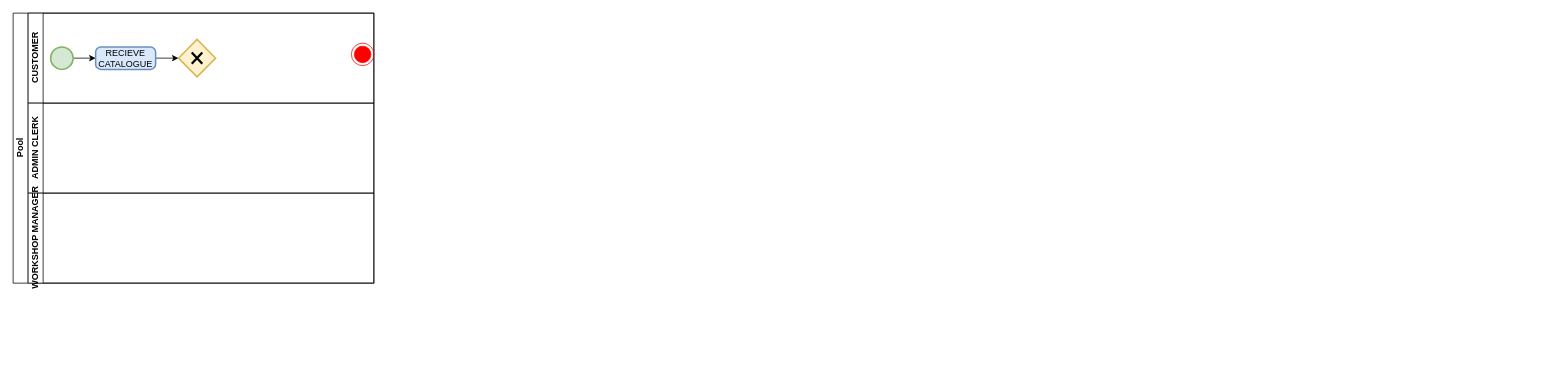
Earlier version of the draw.io diagram Диаграмма без названия.drawio (MarsX-2002/bpmn). Source tidied: cells renumbered, new cells numbered last; positions are measured from the earlier drawing's top-left corner, leaving out a move shared by most shapes. Both pictures are drawn from the tidied source at 75%, with x=0, y=0 at pixel (13, 13).
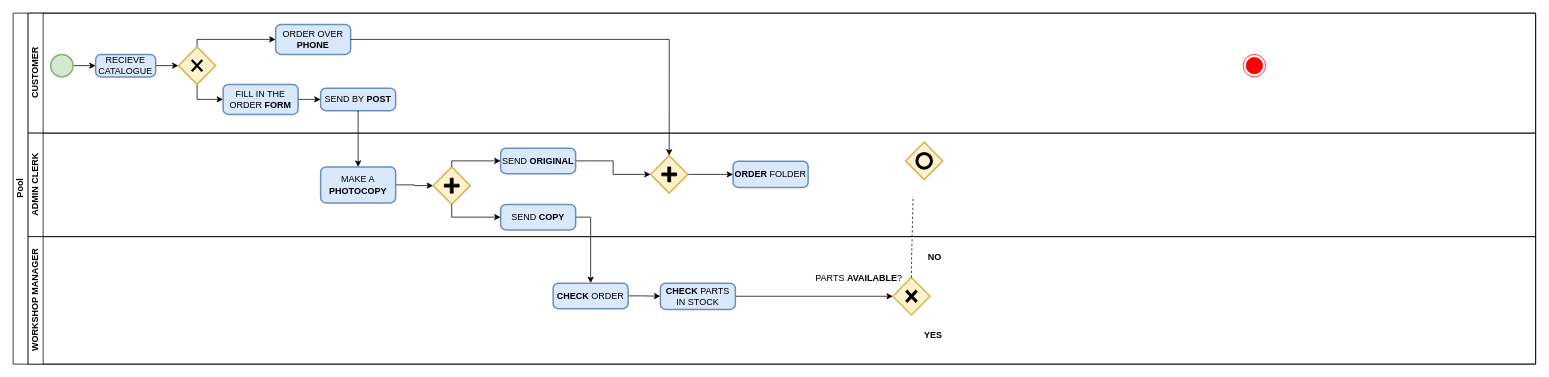
The same diagram, later.

Change to the diagram source:
```diff
@@
     <mxCell id="2" value="Pool" style="swimlane;horizontal=0;startSize=20;html=1;" parent="1" vertex="1">
-      <mxGeometry width="481" height="360" as="geometry" />
+      <mxGeometry width="2030" height="468" as="geometry" />
     </mxCell>
     <mxCell id="3" value="CUSTOMER" style="swimlane;startSize=20;horizontal=0;html=1;" parent="2" vertex="1">
-      <mxGeometry x="20" width="461" height="120" as="geometry" />
+      <mxGeometry x="20" width="2010" height="160" as="geometry" />
     </mxCell>
     <mxCell id="4" style="ellipse;html=1;shape=endState;fillColor=#ff0000;strokeColor=#ff0000;" parent="3" vertex="1">
-      <mxGeometry x="431" y="40" width="30" height="30" as="geometry" />
+      <mxGeometry x="1620" y="55" width="30" height="30" as="geometry" />
     </mxCell>
@@
     <mxCell id="6" style="strokeWidth=2;html=1;shape=mxgraph.flowchart.start_2;whiteSpace=wrap;fillColor=#d5e8d4;strokeColor=#82b366;" parent="3" vertex="1">
-      <mxGeometry x="30" y="45" width="30" height="30" as="geometry" />
+      <mxGeometry x="30" y="55" width="30" height="30" as="geometry" />
     </mxCell>
@@
     <mxCell id="8" value="RECIEVE&lt;br&gt;CATALOGUE" style="rounded=1;whiteSpace=wrap;html=1;absoluteArcSize=1;arcSize=14;strokeWidth=2;fillColor=#dae8fc;strokeColor=#6c8ebf;" parent="3" vertex="1">
-      <mxGeometry x="90" y="45" width="80" height="30" as="geometry" />
+      <mxGeometry x="90" y="55" width="80" height="30" as="geometry" />
     </mxCell>
+    <mxCell id="13" style="edgeStyle=orthogonalEdgeStyle;rounded=0;jettySize=auto;html=1;exitX=0.5;exitY=1;exitDx=0;exitDy=0;exitPerimeter=0;entryX=0;entryY=0.5;entryDx=0;entryDy=0;" parent="3" edge="1" source="9" target="16">
+      <mxGeometry relative="1" as="geometry" />
+    </mxCell>
+    <mxCell id="14" style="edgeStyle=orthogonalEdgeStyle;rounded=0;jettySize=auto;html=1;exitX=0.5;exitY=0;exitDx=0;exitDy=0;exitPerimeter=0;entryX=0;entryY=0.5;entryDx=0;entryDy=0;" parent="3" edge="1" source="9" target="17">
+      <mxGeometry relative="1" as="geometry">
+        <Array as="points">
+          <mxPoint x="225" y="35" />
+        </Array>
+      </mxGeometry>
+    </mxCell>
     <mxCell id="9" style="strokeWidth=2;html=1;shape=mxgraph.flowchart.decision;whiteSpace=wrap;fillColor=#fff2cc;strokeColor=#d6b656;" parent="3" vertex="1">
-      <mxGeometry x="200.5" y="35" width="49.5" height="50" as="geometry" />
+      <mxGeometry x="200.5" y="45" width="49.5" height="50" as="geometry" />
     </mxCell>
     <mxCell id="10" style="shape=umlDestroy;whiteSpace=wrap;html=1;strokeWidth=3;targetShapes=umlLifeline;" parent="3" vertex="1">
-      <mxGeometry x="218.2" y="52.5" width="14" height="15" as="geometry" />
+      <mxGeometry x="218.2" y="62.5" width="14" height="15" as="geometry" />
     </mxCell>
+    <mxCell id="15" style="edgeStyle=orthogonalEdgeStyle;rounded=0;jettySize=auto;html=1;exitX=1;exitY=0.5;exitDx=0;exitDy=0;entryX=0;entryY=0.5;entryDx=0;entryDy=0;" parent="3" edge="1" source="16" target="18">
+      <mxGeometry relative="1" as="geometry" />
+    </mxCell>
+    <mxCell id="16" value="FILL IN THE ORDER &lt;b&gt;FORM&lt;/b&gt;" style="rounded=1;whiteSpace=wrap;html=1;absoluteArcSize=1;arcSize=14;strokeWidth=2;fillColor=#dae8fc;strokeColor=#6c8ebf;" parent="3" vertex="1">
+      <mxGeometry x="260" y="95" width="100" height="40" as="geometry" />
+    </mxCell>
+    <mxCell id="17" value="ORDER OVER &lt;b&gt;PHONE&lt;/b&gt;" style="rounded=1;whiteSpace=wrap;html=1;absoluteArcSize=1;arcSize=14;strokeWidth=2;fillColor=#dae8fc;strokeColor=#6c8ebf;" parent="3" vertex="1">
+      <mxGeometry x="330" y="15" width="100" height="40" as="geometry" />
+    </mxCell>
+    <mxCell id="18" value="SEND BY &lt;b&gt;POST&lt;/b&gt;" style="rounded=1;whiteSpace=wrap;html=1;absoluteArcSize=1;arcSize=14;strokeWidth=2;fillColor=#dae8fc;strokeColor=#6c8ebf;" parent="3" vertex="1">
+      <mxGeometry x="390" y="100" width="100" height="30" as="geometry" />
+    </mxCell>
+    <mxCell id="19" style="edgeStyle=orthogonalEdgeStyle;rounded=0;jettySize=auto;html=1;exitX=1;exitY=0.5;exitDx=0;exitDy=0;entryX=0.5;entryY=0;entryDx=0;entryDy=0;entryPerimeter=0;" parent="2" edge="1" source="17" target="30">
+      <mxGeometry relative="1" as="geometry" />
+    </mxCell>
+    <mxCell id="20" style="edgeStyle=orthogonalEdgeStyle;rounded=0;jettySize=auto;html=1;exitX=0.5;exitY=1;exitDx=0;exitDy=0;entryX=0.5;entryY=0;entryDx=0;entryDy=0;" parent="2" edge="1" source="18" target="23">
+      <mxGeometry relative="1" as="geometry" />
+    </mxCell>
+    <mxCell id="21" style="edgeStyle=orthogonalEdgeStyle;rounded=0;jettySize=auto;html=1;exitX=1;exitY=0.5;exitDx=0;exitDy=0;entryX=0.5;entryY=0;entryDx=0;entryDy=0;" parent="2" edge="1" source="35" target="41">
+      <mxGeometry relative="1" as="geometry" />
+    </mxCell>
     <mxCell id="11" value="ADMIN CLERK" style="swimlane;startSize=20;horizontal=0;html=1;" parent="2" vertex="1">
-      <mxGeometry x="20" y="120" width="461" height="120" as="geometry" />
+      <mxGeometry x="20" y="160" width="2010" height="138" as="geometry" />
     </mxCell>
+    <mxCell id="22" style="edgeStyle=orthogonalEdgeStyle;rounded=0;jettySize=auto;html=1;exitX=1;exitY=0.5;exitDx=0;exitDy=0;" parent="11" edge="1" source="23" target="25">
+      <mxGeometry relative="1" as="geometry" />
+    </mxCell>
+    <mxCell id="23" value="MAKE A &lt;b&gt;PHOTOCOPY&lt;/b&gt;" style="rounded=1;whiteSpace=wrap;html=1;absoluteArcSize=1;arcSize=14;strokeWidth=2;fillColor=#dae8fc;strokeColor=#6c8ebf;" parent="11" vertex="1">
+      <mxGeometry x="390" y="45" width="100" height="48" as="geometry" />
+    </mxCell>
+    <mxCell id="24" style="group;" parent="11" vertex="1">
+      <mxGeometry x="540" y="45" width="49.5" height="50" as="geometry" />
+    </mxCell>
+    <mxCell id="25" style="strokeWidth=2;html=1;shape=mxgraph.flowchart.decision;whiteSpace=wrap;fillColor=#fff2cc;strokeColor=#d6b656;" parent="24" vertex="1">
+      <mxGeometry width="49.5" height="50" as="geometry" />
+    </mxCell>
+    <mxCell id="26" style="shape=cross;whiteSpace=wrap;html=1;fillColor=#000000;" parent="24" vertex="1">
+      <mxGeometry x="14.9" y="15" width="19.8" height="20" as="geometry" />
+    </mxCell>
+    <mxCell id="27" value="&lt;b&gt;ORDER&lt;/b&gt; FOLDER" style="rounded=1;whiteSpace=wrap;html=1;absoluteArcSize=1;arcSize=14;strokeWidth=2;fillColor=#dae8fc;strokeColor=#6c8ebf;" parent="11" vertex="1">
+      <mxGeometry x="940" y="37.5" width="100" height="35" as="geometry" />
+    </mxCell>
+    <mxCell id="28" style="edgeStyle=orthogonalEdgeStyle;rounded=0;jettySize=auto;html=1;exitX=1;exitY=0.5;exitDx=0;exitDy=0;exitPerimeter=0;entryX=0;entryY=0.5;entryDx=0;entryDy=0;" parent="11" edge="1" source="30" target="27">
+      <mxGeometry relative="1" as="geometry" />
+    </mxCell>
+    <mxCell id="29" style="group;" parent="11" vertex="1">
+      <mxGeometry x="830" y="30" width="49.5" height="50" as="geometry" />
+    </mxCell>
+    <mxCell id="30" style="strokeWidth=2;html=1;shape=mxgraph.flowchart.decision;whiteSpace=wrap;fillColor=#fff2cc;strokeColor=#d6b656;" parent="29" vertex="1">
+      <mxGeometry width="49.5" height="50" as="geometry" />
+    </mxCell>
+    <mxCell id="31" style="shape=cross;whiteSpace=wrap;html=1;fillColor=#000000;" parent="29" vertex="1">
+      <mxGeometry x="14.9" y="15" width="19.8" height="20" as="geometry" />
+    </mxCell>
+    <mxCell id="32" style="edgeStyle=orthogonalEdgeStyle;rounded=0;jettySize=auto;html=1;exitX=1;exitY=0.5;exitDx=0;exitDy=0;entryX=0;entryY=0.5;entryDx=0;entryDy=0;entryPerimeter=0;" parent="11" edge="1" source="33" target="30">
+      <mxGeometry relative="1" as="geometry" />
+    </mxCell>
+    <mxCell id="33" value="SEND &lt;b&gt;ORIGINAL&lt;/b&gt;" style="rounded=1;whiteSpace=wrap;html=1;absoluteArcSize=1;arcSize=14;strokeWidth=2;fillColor=#dae8fc;strokeColor=#6c8ebf;" parent="11" vertex="1">
+      <mxGeometry x="630" y="20" width="100" height="34" as="geometry" />
+    </mxCell>
+    <mxCell id="34" style="edgeStyle=orthogonalEdgeStyle;rounded=0;jettySize=auto;html=1;exitX=0.5;exitY=0;exitDx=0;exitDy=0;exitPerimeter=0;entryX=0;entryY=0.5;entryDx=0;entryDy=0;" parent="11" edge="1" source="25" target="33">
+      <mxGeometry relative="1" as="geometry">
+        <Array as="points">
+          <mxPoint x="565" y="37" />
+        </Array>
+      </mxGeometry>
+    </mxCell>
+    <mxCell id="35" value="SEND &lt;b&gt;COPY&lt;/b&gt;" style="rounded=1;whiteSpace=wrap;html=1;absoluteArcSize=1;arcSize=14;strokeWidth=2;fillColor=#dae8fc;strokeColor=#6c8ebf;" parent="11" vertex="1">
+      <mxGeometry x="630" y="95" width="100" height="34" as="geometry" />
+    </mxCell>
+    <mxCell id="36" style="edgeStyle=orthogonalEdgeStyle;rounded=0;jettySize=auto;html=1;exitX=0.5;exitY=1;exitDx=0;exitDy=0;exitPerimeter=0;entryX=0;entryY=0.5;entryDx=0;entryDy=0;" parent="11" edge="1" source="25" target="35">
+      <mxGeometry relative="1" as="geometry">
+        <Array as="points">
+          <mxPoint x="565" y="112" />
+        </Array>
+      </mxGeometry>
+    </mxCell>
+    <mxCell id="37" style="group;" parent="11" vertex="1">
+      <mxGeometry x="1170" y="12" width="49.5" height="50" as="geometry" />
+    </mxCell>
+    <mxCell id="38" style="strokeWidth=2;html=1;shape=mxgraph.flowchart.decision;whiteSpace=wrap;fillColor=#fff2cc;strokeColor=#d6b656;" parent="37" vertex="1">
+      <mxGeometry width="49.5" height="50" as="geometry" />
+    </mxCell>
+    <mxCell id="39" style="ellipse;whiteSpace=wrap;html=1;strokeWidth=4;gradientColor=default;fillColor=none;" parent="37" vertex="1">
+      <mxGeometry x="15" y="15.2" width="19.5" height="19.5" as="geometry" />
+    </mxCell>
     <mxCell id="12" value="WORKSHOP MANAGER" style="swimlane;startSize=20;horizontal=0;html=1;" parent="2" vertex="1">
-      <mxGeometry x="20" y="240" width="461" height="120" as="geometry" />
+      <mxGeometry x="20" y="298" width="2010" height="170" as="geometry" />
     </mxCell>
+    <mxCell id="40" style="edgeStyle=orthogonalEdgeStyle;rounded=0;jettySize=auto;html=1;exitX=1;exitY=0.5;exitDx=0;exitDy=0;entryX=0;entryY=0.5;entryDx=0;entryDy=0;" parent="12" edge="1" source="41" target="43">
+      <mxGeometry relative="1" as="geometry" />
+    </mxCell>
+    <mxCell id="41" value="&lt;b&gt;CHECK&lt;/b&gt; ORDER" style="rounded=1;whiteSpace=wrap;html=1;absoluteArcSize=1;arcSize=14;strokeWidth=2;fillColor=#dae8fc;strokeColor=#6c8ebf;" parent="12" vertex="1">
+      <mxGeometry x="700" y="62" width="100" height="34" as="geometry" />
+    </mxCell>
+    <mxCell id="42" style="edgeStyle=orthogonalEdgeStyle;rounded=0;jettySize=auto;html=1;exitX=1;exitY=0.5;exitDx=0;exitDy=0;entryX=0;entryY=0.5;entryDx=0;entryDy=0;entryPerimeter=0;" parent="12" edge="1" source="43" target="44">
+      <mxGeometry relative="1" as="geometry" />
+    </mxCell>
+    <mxCell id="43" value="&lt;b&gt;CHECK &lt;/b&gt;PARTS IN STOCK" style="rounded=1;whiteSpace=wrap;html=1;absoluteArcSize=1;arcSize=14;strokeWidth=2;fillColor=#dae8fc;strokeColor=#6c8ebf;" parent="12" vertex="1">
+      <mxGeometry x="843" y="62" width="100" height="35" as="geometry" />
+    </mxCell>
+    <mxCell id="44" style="strokeWidth=2;html=1;shape=mxgraph.flowchart.decision;whiteSpace=wrap;fillColor=#fff2cc;strokeColor=#d6b656;" parent="12" vertex="1">
+      <mxGeometry x="1153" y="54.5" width="49.5" height="50" as="geometry" />
+    </mxCell>
+    <mxCell id="45" style="shape=umlDestroy;whiteSpace=wrap;html=1;strokeWidth=4;targetShapes=umlLifeline;" parent="12" vertex="1">
+      <mxGeometry x="1170.8" y="72" width="14" height="15" as="geometry" />
+    </mxCell>
+    <mxCell id="46" value="PARTS &lt;b&gt;AVAILABLE&lt;/b&gt;?" style="text;whiteSpace=wrap;html=1;" parent="12" vertex="1">
+      <mxGeometry x="1048" y="42" width="119" height="36" as="geometry" />
+    </mxCell>
+    <mxCell id="47" value="&lt;b&gt;NO&lt;/b&gt;" style="text;whiteSpace=wrap;html=1;" parent="12" vertex="1">
+      <mxGeometry x="1198" y="13" width="91" height="36" as="geometry" />
+    </mxCell>
+    <mxCell id="48" value="&lt;b&gt;YES&lt;/b&gt;" style="text;whiteSpace=wrap;html=1;" parent="12" vertex="1">
+      <mxGeometry x="1193" y="118" width="91" height="36" as="geometry" />
+    </mxCell>
+    <mxCell id="49" style="endArrow=none;dashed=1;html=1;rounded=0;exitX=0.5;exitY=0;exitDx=0;exitDy=0;exitPerimeter=0;" parent="12" edge="1" source="44">
+      <mxGeometry relative="1" as="geometry">
+        <mxPoint x="1180" y="-54" as="targetPoint" />
+        <Array as="points">
+          <mxPoint x="1178" y="27" />
+        </Array>
+      </mxGeometry>
+    </mxCell>
```
